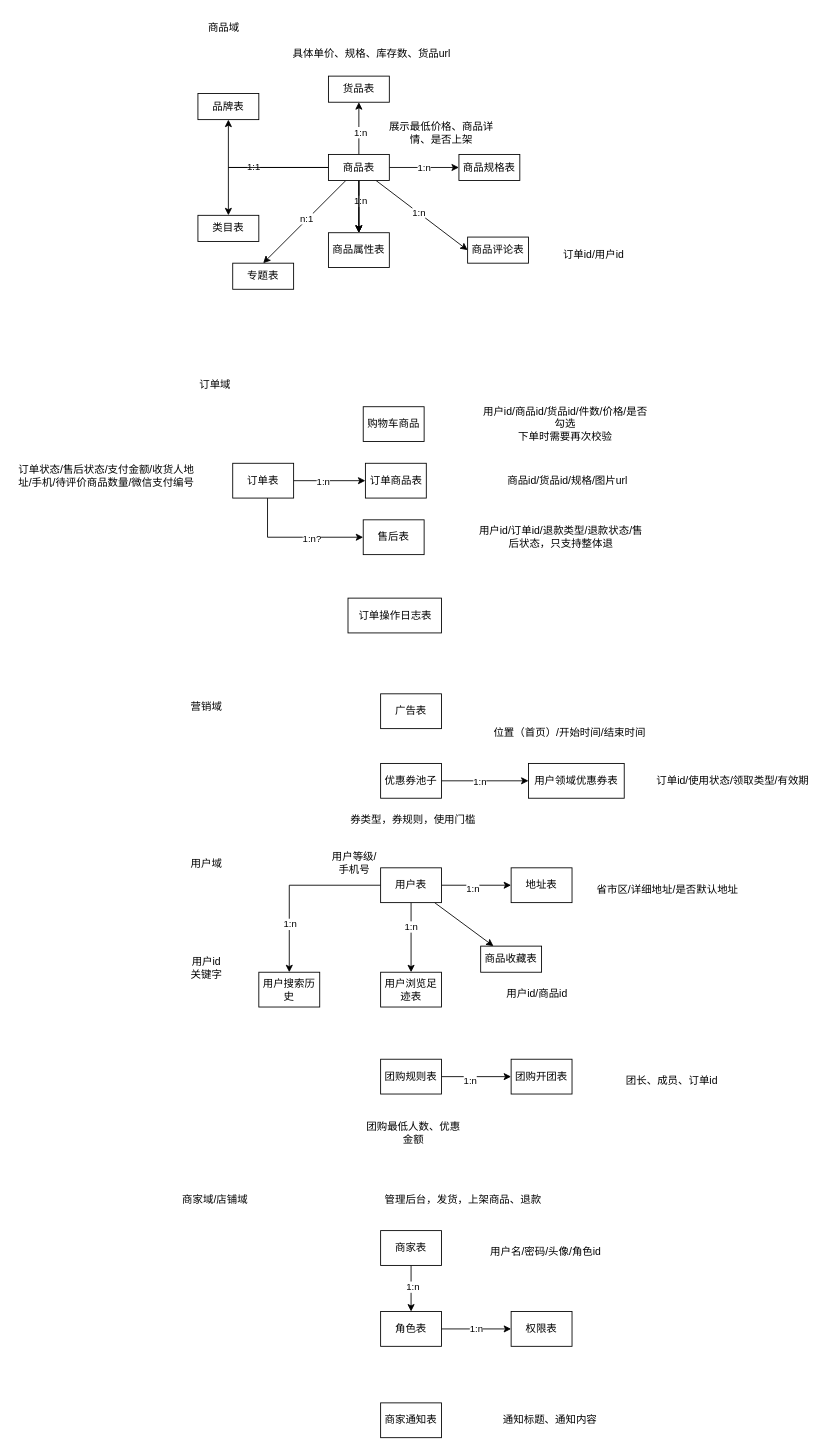
Before: emall-er.drawio in jessin20161124/javase1, a draw.io diagram. Source tidied: cells renumbered, new cells numbered last; positions are measured from the earlier drawing's top-left corner, leaving out a move shared by most shapes. Both pictures are drawn from the tidied source at 87%, with x=0, y=0 at pixel (15, 15).
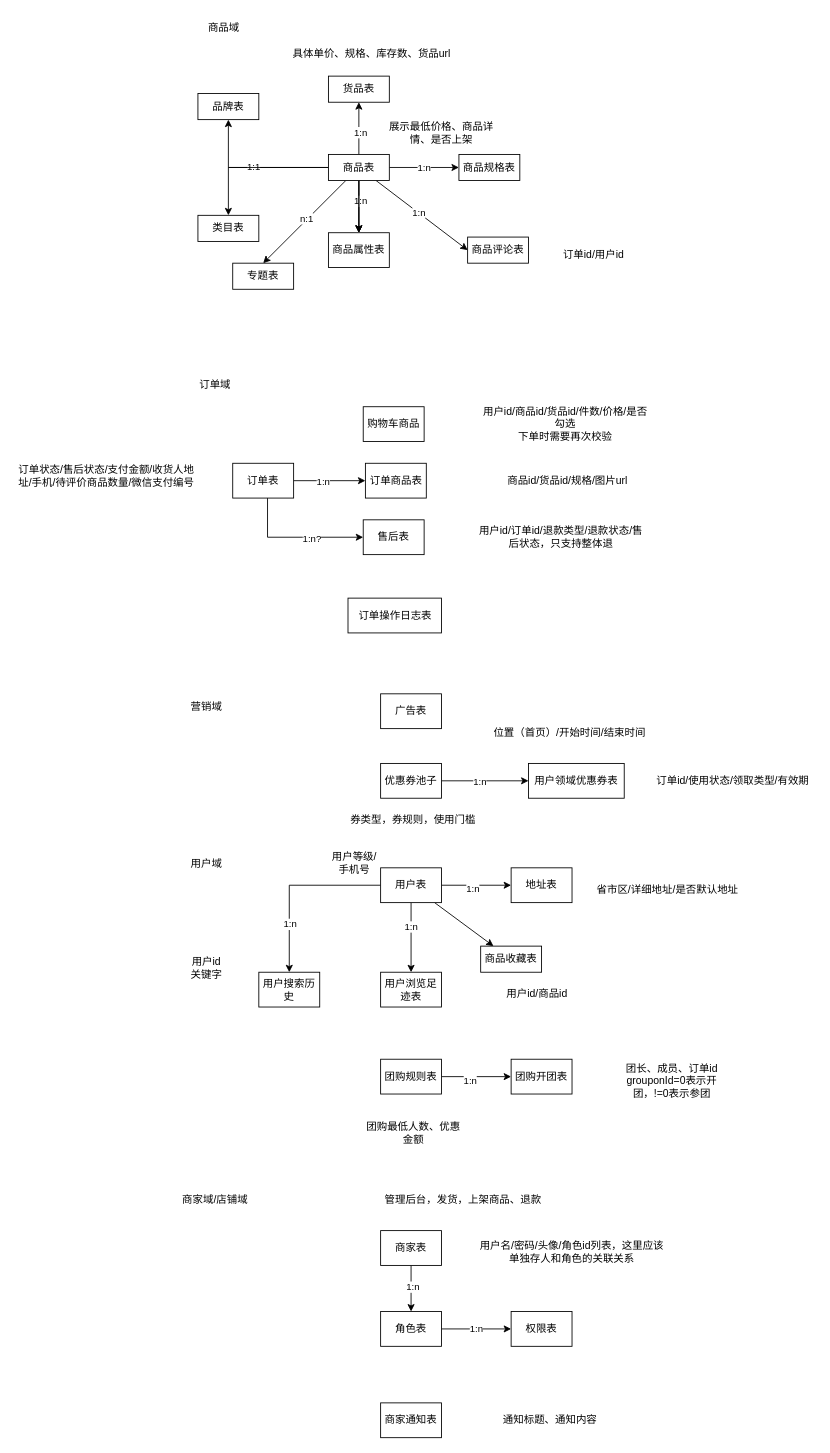
The same page after the edit.

What changed in the source:
```diff
@@
-    <mxCell id="51" value="用户名/密码/头像/角色id" style="text;html=1;strokeColor=none;fillColor=none;align=center;verticalAlign=middle;whiteSpace=wrap;rounded=0;" parent="1" vertex="1">
-      <mxGeometry x="530" y="1407" width="160" height="30" as="geometry" />
+    <mxCell id="51" value="用户名/密码/头像/角色id列表，这里应该单独存人和角色的关联关系" style="text;html=1;strokeColor=none;fillColor=none;align=center;verticalAlign=middle;whiteSpace=wrap;rounded=0;" parent="1" vertex="1">
+      <mxGeometry x="530" y="1407" width="220" height="30" as="geometry" />
     </mxCell>
@@
-    <mxCell id="66" value="团长、成员、订单id" style="text;html=1;strokeColor=none;fillColor=none;align=center;verticalAlign=middle;whiteSpace=wrap;rounded=0;" parent="1" vertex="1">
+    <mxCell id="66" value="团长、成员、订单id&lt;br&gt;grouponId=0表示开团，!=0表示参团" style="text;html=1;strokeColor=none;fillColor=none;align=center;verticalAlign=middle;whiteSpace=wrap;rounded=0;" parent="1" vertex="1">
       <mxGeometry x="700" y="1210" width="110" height="30" as="geometry" />
     </mxCell>
```
